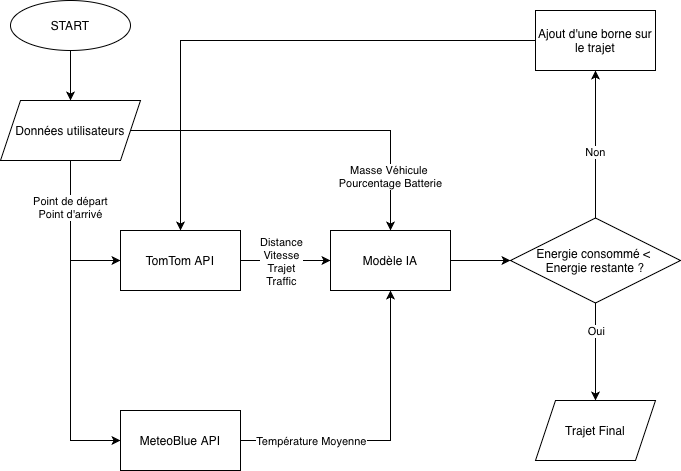
Earlier version of the draw.io export Attachements/P2I_Logigramme.png (SlywoodFR/CapGemini_EcoDriveAI_ESTACA). Source tidied: cells renumbered, new cells last; positions are measured from the earlier drawing's top-left corner, leaving out a move shared by most shapes. The source it was exported from:
```xml
<mxGraphModel>
  <root>
    <mxCell id="0" />
    <mxCell id="1" parent="0" />
    <mxCell id="2" style="edgeStyle=orthogonalEdgeStyle;rounded=0;jettySize=auto;html=1;entryX=0;entryY=0.5;entryDx=0;entryDy=0;" parent="1" edge="1" source="4" target="9">
      <mxGeometry relative="1" as="geometry" />
    </mxCell>
    <mxCell id="3" value="Distance&lt;div&gt;Vitesse&lt;/div&gt;&lt;div&gt;Trajet&lt;/div&gt;&lt;div&gt;Traffic&lt;/div&gt;" style="edgeLabel;html=1;align=center;verticalAlign=middle;" parent="2" vertex="1">
      <mxGeometry x="0.04" y="-2" relative="1" as="geometry">
        <mxPoint x="-7" y="-2" as="offset" />
      </mxGeometry>
    </mxCell>
    <mxCell id="4" value="TomTom API" style="rounded=0;whiteSpace=wrap;html=1;" parent="1" vertex="1">
      <mxGeometry x="120" y="230" width="120" height="60" as="geometry" />
    </mxCell>
    <mxCell id="5" style="edgeStyle=orthogonalEdgeStyle;rounded=0;jettySize=auto;html=1;entryX=0;entryY=0.5;entryDx=0;entryDy=0;exitX=0.5;exitY=1;exitDx=0;exitDy=0;" parent="1" edge="1" source="24" target="4">
      <mxGeometry relative="1" as="geometry" />
    </mxCell>
    <mxCell id="6" style="edgeStyle=orthogonalEdgeStyle;rounded=0;jettySize=auto;html=1;entryX=0.5;entryY=0;entryDx=0;entryDy=0;exitX=1;exitY=0.5;exitDx=0;exitDy=0;" parent="1" edge="1" source="24" target="9">
      <mxGeometry relative="1" as="geometry" />
    </mxCell>
    <mxCell id="7" value="Masse Véhicule&amp;nbsp;&lt;div&gt;Pourcentage Batterie&lt;/div&gt;" style="edgeLabel;html=1;align=center;verticalAlign=middle;" parent="6" vertex="1">
      <mxGeometry x="-0.41" y="-2" relative="1" as="geometry">
        <mxPoint x="153" y="43" as="offset" />
      </mxGeometry>
    </mxCell>
    <mxCell id="8" style="edgeStyle=orthogonalEdgeStyle;rounded=0;jettySize=auto;html=1;" parent="1" edge="1" source="9" target="17">
      <mxGeometry relative="1" as="geometry" />
    </mxCell>
    <mxCell id="9" value="Modèle IA" style="rounded=0;whiteSpace=wrap;html=1;" parent="1" vertex="1">
      <mxGeometry x="330" y="230" width="120" height="60" as="geometry" />
    </mxCell>
    <mxCell id="10" style="edgeStyle=orthogonalEdgeStyle;rounded=0;jettySize=auto;html=1;entryX=0.5;entryY=1;entryDx=0;entryDy=0;" parent="1" edge="1" source="12" target="9">
      <mxGeometry relative="1" as="geometry" />
    </mxCell>
    <mxCell id="11" value="Température Moyenne" style="edgeLabel;html=1;align=center;verticalAlign=middle;" parent="10" vertex="1">
      <mxGeometry x="-0.51" y="1" relative="1" as="geometry">
        <mxPoint x="-4" y="1" as="offset" />
      </mxGeometry>
    </mxCell>
    <mxCell id="12" value="MeteoBlue API" style="rounded=0;whiteSpace=wrap;html=1;" parent="1" vertex="1">
      <mxGeometry x="120" y="410" width="120" height="60" as="geometry" />
    </mxCell>
    <mxCell id="13" style="edgeStyle=orthogonalEdgeStyle;rounded=0;jettySize=auto;html=1;entryX=0.5;entryY=0;entryDx=0;entryDy=0;" parent="1" edge="1" source="17" target="25">
      <mxGeometry relative="1" as="geometry" />
    </mxCell>
    <mxCell id="14" value="Oui" style="edgeLabel;html=1;align=center;verticalAlign=middle;" parent="13" vertex="1">
      <mxGeometry x="-0.43" relative="1" as="geometry" />
    </mxCell>
    <mxCell id="15" style="edgeStyle=orthogonalEdgeStyle;rounded=0;jettySize=auto;html=1;" parent="1" edge="1" source="17" target="19">
      <mxGeometry relative="1" as="geometry" />
    </mxCell>
    <mxCell id="16" value="Non" style="edgeLabel;html=1;align=center;verticalAlign=middle;" parent="15" vertex="1">
      <mxGeometry x="-0.1" y="1" relative="1" as="geometry">
        <mxPoint y="1" as="offset" />
      </mxGeometry>
    </mxCell>
    <mxCell id="17" value="Energie consommé &amp;lt;&amp;nbsp;&lt;div&gt;Energie restante ?&lt;/div&gt;" style="rhombus;whiteSpace=wrap;html=1;" parent="1" vertex="1">
      <mxGeometry x="510" y="217.5" width="170" height="85" as="geometry" />
    </mxCell>
    <mxCell id="18" style="edgeStyle=orthogonalEdgeStyle;rounded=0;jettySize=auto;html=1;" parent="1" edge="1" source="19" target="4">
      <mxGeometry relative="1" as="geometry" />
    </mxCell>
    <mxCell id="19" value="Ajout d'une borne sur le trajet" style="whiteSpace=wrap;html=1;" parent="1" vertex="1">
      <mxGeometry x="535" y="10" width="120" height="60" as="geometry" />
    </mxCell>
    <mxCell id="20" style="edgeStyle=orthogonalEdgeStyle;rounded=0;jettySize=auto;html=1;" parent="1" edge="1" source="21">
      <mxGeometry relative="1" as="geometry">
        <mxPoint x="70" y="100" as="targetPoint" />
      </mxGeometry>
    </mxCell>
    <mxCell id="21" value="START" style="ellipse;whiteSpace=wrap;html=1;" parent="1" vertex="1">
      <mxGeometry x="10" width="120" height="50" as="geometry" />
    </mxCell>
    <mxCell id="22" style="edgeStyle=orthogonalEdgeStyle;rounded=0;jettySize=auto;html=1;entryX=0;entryY=0.5;entryDx=0;entryDy=0;" parent="1" edge="1" source="24" target="12">
      <mxGeometry relative="1" as="geometry" />
    </mxCell>
    <mxCell id="23" value="Point de départ&lt;div&gt;Point d'arrivé&lt;/div&gt;" style="edgeLabel;html=1;align=center;verticalAlign=middle;" parent="22" vertex="1">
      <mxGeometry x="-0.72" y="-2" relative="1" as="geometry">
        <mxPoint x="1" as="offset" />
      </mxGeometry>
    </mxCell>
    <mxCell id="24" value="Données utilisateurs" style="shape=parallelogram;perimeter=parallelogramPerimeter;whiteSpace=wrap;html=1;fixedSize=1;" parent="1" vertex="1">
      <mxGeometry y="100" width="140" height="60" as="geometry" />
    </mxCell>
    <mxCell id="25" value="Trajet Final" style="shape=parallelogram;perimeter=parallelogramPerimeter;whiteSpace=wrap;html=1;fixedSize=1;" parent="1" vertex="1">
      <mxGeometry x="535" y="400" width="120" height="60" as="geometry" />
    </mxCell>
  </root>
</mxGraphModel>
```
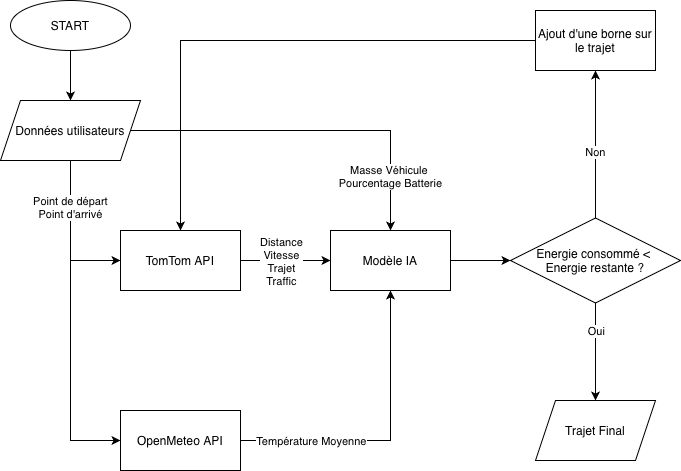
Above is the later version.

Commit message:
Changement logigramme

The edit, as a diff of the source:
```diff
@@ -38,7 +38,7 @@
         <mxPoint x="-4" y="1" as="offset" />
       </mxGeometry>
     </mxCell>
-    <mxCell id="12" value="MeteoBlue API" style="rounded=0;whiteSpace=wrap;html=1;" parent="1" vertex="1">
+    <mxCell id="12" value="OpenMeteo API" style="rounded=0;whiteSpace=wrap;html=1;" parent="1" vertex="1">
       <mxGeometry x="120" y="410" width="120" height="60" as="geometry" />
     </mxCell>
     <mxCell id="13" style="edgeStyle=orthogonalEdgeStyle;rounded=0;jettySize=auto;html=1;entryX=0.5;entryY=0;entryDx=0;entryDy=0;" parent="1" edge="1" source="17" target="25">
```
